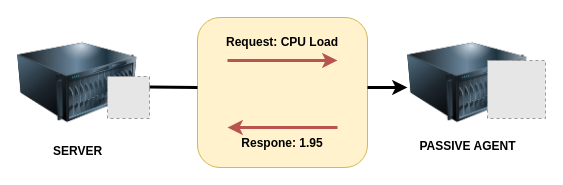
Above: passive_agent.drawio in padowla/super-fortnight (draw.io), before the change. Source tidied: cells renumbered, new cells numbered last; positions are measured from the earlier drawing's top-left corner, leaving out a move shared by most shapes. Both pictures are drawn from the tidied source at 100%, with x=0, y=0 at pixel (17, 17). Pictures stored in the file or linked from it are replaced by grey dashed boxes.
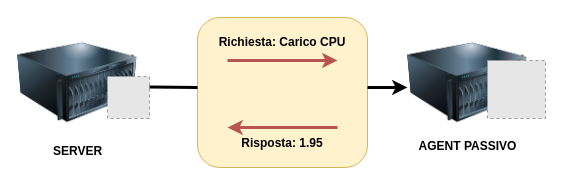
Above is the later version.

Change to the diagram source:
```diff
@@
 <mxGraphModel>
   <root>
     <mxCell id="0" />
     <mxCell id="1" parent="0" />
     <mxCell id="2" value="&lt;b&gt;SERVER&lt;/b&gt;" style="image;html=1;image=img/lib/clip_art/computers/Server_128x128.png;" parent="1" vertex="1">
       <mxGeometry y="10" width="120" height="110" as="geometry" />
     </mxCell>
-    <mxCell id="3" value="&lt;b&gt;PASSIVE AGENT&lt;br&gt;&lt;/b&gt;" style="image;html=1;image=img/lib/clip_art/computers/Server_128x128.png;" parent="1" vertex="1">
+    <mxCell id="3" value="&lt;b&gt;AGENT PASSIVO&lt;br&gt;&lt;/b&gt;" style="image;html=1;image=img/lib/clip_art/computers/Server_128x128.png;" parent="1" vertex="1">
       <mxGeometry x="390" y="15" width="120" height="100" as="geometry" />
     </mxCell>
     <mxCell id="4" style="fillColor=#E6E6E6;strokeColor=#999999;dashed=1;verticalLabelPosition=bottom;labelBackgroundColor=#ffffff;verticalAlign=top;" parent="1" vertex="1">
       <mxGeometry x="90" y="59" width="42" height="42" as="geometry" />
     </mxCell>
     <mxCell id="5" style="fillColor=#E6E6E6;strokeColor=#999999;dashed=1;html=1;verticalAlign=top;verticalLabelPosition=bottom;labelBackgroundColor=#ffffff;" parent="1" vertex="1">
       <mxGeometry x="470" y="43" width="58" height="58" as="geometry" />
     </mxCell>
     <mxCell id="6" style="rounded=1;whiteSpace=wrap;html=1;fillColor=#fff2cc;strokeColor=#d6b656;" parent="1" vertex="1">
       <mxGeometry x="180" width="170" height="150" as="geometry" />
     </mxCell>
     <mxCell id="7" style="endArrow=none;html=1;exitX=1;exitY=0.25;exitDx=0;exitDy=0;strokeWidth=3;" parent="1" edge="1" source="4">
       <mxGeometry relative="1" as="geometry">
         <mxPoint x="180" y="70" as="targetPoint" />
       </mxGeometry>
     </mxCell>
-    <mxCell id="8" value="&lt;div&gt;&lt;b&gt;Request: CPU Load&lt;/b&gt;&lt;/div&gt;&lt;div&gt;&lt;b&gt;&lt;br&gt;&lt;/b&gt;&lt;/div&gt;&lt;div&gt;&lt;b&gt;&lt;br&gt;&lt;/b&gt;&lt;/div&gt;&lt;div&gt;&lt;b&gt;&lt;br&gt;&lt;/b&gt;&lt;/div&gt;&lt;div&gt;&lt;b&gt;&lt;br&gt;&lt;/b&gt;&lt;/div&gt;&lt;div&gt;&lt;br&gt;&lt;/div&gt;&lt;div&gt;&lt;br&gt;&lt;/div&gt;&lt;div&gt;&lt;b&gt;Respone: 1.95&lt;br&gt;&lt;/b&gt;&lt;/div&gt;" style="text;html=1;strokeColor=none;fillColor=none;align=center;verticalAlign=middle;whiteSpace=wrap;rounded=0;" parent="1" vertex="1">
+    <mxCell id="8" value="&lt;b&gt;Richiesta: Carico CPU&lt;br&gt;&lt;/b&gt;&lt;div&gt;&lt;b&gt;&lt;br&gt;&lt;/b&gt;&lt;/div&gt;&lt;div&gt;&lt;b&gt;&lt;br&gt;&lt;/b&gt;&lt;/div&gt;&lt;div&gt;&lt;b&gt;&lt;br&gt;&lt;/b&gt;&lt;/div&gt;&lt;div&gt;&lt;b&gt;&lt;br&gt;&lt;/b&gt;&lt;/div&gt;&lt;div&gt;&lt;br&gt;&lt;/div&gt;&lt;div&gt;&lt;br&gt;&lt;/div&gt;&lt;div&gt;&lt;b&gt;Risposta: 1.95&lt;br&gt;&lt;/b&gt;&lt;/div&gt;" style="text;html=1;strokeColor=none;fillColor=none;align=center;verticalAlign=middle;whiteSpace=wrap;rounded=0;" parent="1" vertex="1">
       <mxGeometry x="180" width="170" height="150" as="geometry" />
     </mxCell>
     <mxCell id="9" style="endArrow=classic;html=1;strokeWidth=3;fillColor=#f8cecc;strokeColor=#b85450;" parent="1" edge="1">
       <mxGeometry relative="1" as="geometry">
         <mxPoint x="320" y="110" as="sourcePoint" />
         <mxPoint x="210" y="110" as="targetPoint" />
       </mxGeometry>
     </mxCell>
     <mxCell id="10" style="endArrow=classic;html=1;strokeWidth=3;fillColor=#f8cecc;strokeColor=#b85450;" parent="1" edge="1">
       <mxGeometry relative="1" as="geometry">
         <mxPoint x="210" y="43" as="sourcePoint" />
         <mxPoint x="320" y="43" as="targetPoint" />
       </mxGeometry>
     </mxCell>
     <mxCell id="11" style="endArrow=classic;html=1;strokeWidth=3;" parent="1" edge="1">
       <mxGeometry relative="1" as="geometry">
         <mxPoint x="350" y="70" as="sourcePoint" />
         <mxPoint x="390" y="70" as="targetPoint" />
       </mxGeometry>
     </mxCell>
   </root>
 </mxGraphModel>
```
